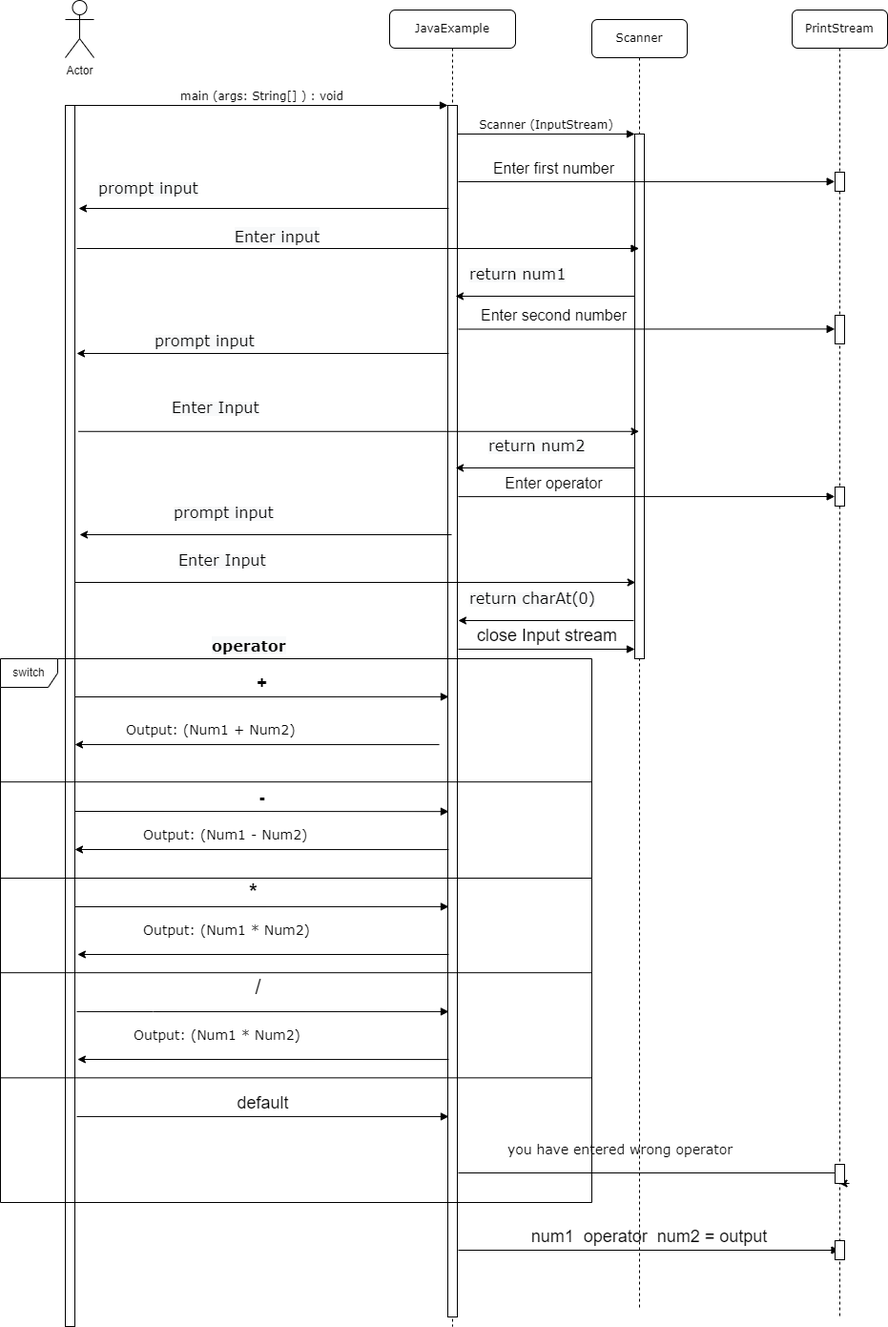
Above: uml-assignment1/sequence-diagram.png in ashish4zemoso/OOPs (draw.io), before the change. Source tidied: cells renumbered, new cells last; positions are measured from the earlier drawing's top-left corner, leaving out a move shared by most shapes.
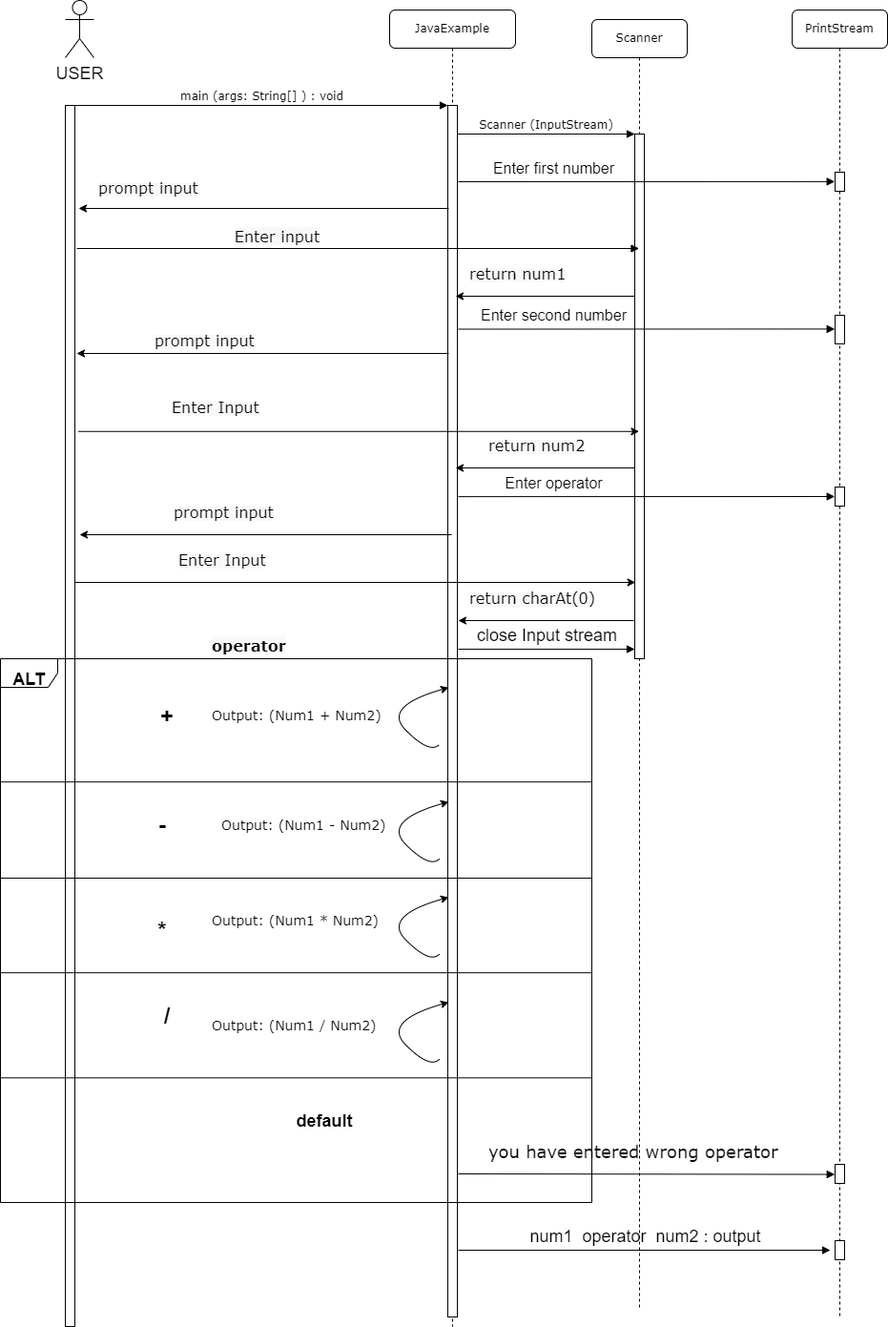
Later version of the same file.

Commit message:
change sequence diagram to correct switch frame

The edit, as a diff of the source:
```diff
@@ -19,9 +19,10 @@
         <mxPoint x="72" y="670" as="sourcePoint" />
       </mxGeometry>
     </mxCell>
-    <mxCell id="6" value="&lt;font style=&quot;font-size: 18px&quot;&gt;num1&amp;nbsp; operator&amp;nbsp; num2 = output&lt;/font&gt;" style="html=1;verticalAlign=bottom;endArrow=block;rounded=0;fontSize=18;" parent="2" edge="1" target="12">
+    <mxCell id="6" value="&lt;font style=&quot;font-size: 18px&quot;&gt;num1&amp;nbsp; operator&amp;nbsp; num2 : output&lt;/font&gt;" style="html=1;verticalAlign=bottom;endArrow=block;rounded=0;fontSize=18;" parent="2" edge="1">
       <mxGeometry relative="1" as="geometry">
         <mxPoint x="72" y="1300" as="sourcePoint" />
+        <mxPoint x="462" y="1300" as="targetPoint" />
       </mxGeometry>
     </mxCell>
     <mxCell id="7" style="endArrow=classic;html=1;rounded=0;entryX=1.152;entryY=0.195;entryDx=0;entryDy=0;entryPerimeter=0;" parent="2" edge="1">
@@ -69,7 +70,7 @@
     <mxCell id="18" value="Scanner (InputStream)" style="html=1;verticalAlign=bottom;endArrow=block;entryX=0;entryY=0;labelBackgroundColor=none;fontFamily=Verdana;fontSize=12;edgeStyle=elbowEdgeStyle;elbow=vertical;" parent="1" edge="1" source="3" target="9">
       <mxGeometry relative="1" as="geometry" />
     </mxCell>
-    <mxCell id="19" value="Actor" style="shape=umlActor;verticalLabelPosition=bottom;verticalAlign=top;html=1;" parent="1" vertex="1">
+    <mxCell id="19" value="&lt;font style=&quot;font-size: 18px&quot;&gt;USER&lt;/font&gt;" style="shape=umlActor;verticalLabelPosition=bottom;verticalAlign=top;html=1;" parent="1" vertex="1">
       <mxGeometry x="68" width="30" height="60" as="geometry" />
     </mxCell>
     <mxCell id="20" style="html=1;points=[];perimeter=orthogonalPerimeter;rounded=0;shadow=0;comic=0;labelBackgroundColor=none;strokeWidth=1;fontFamily=Verdana;fontSize=12;align=center;" parent="1" vertex="1">
@@ -99,7 +100,7 @@
     <mxCell id="27" value="&lt;span style=&quot;color: rgb(0 , 0 , 0) ; font-family: &amp;#34;verdana&amp;#34; ; font-style: normal ; font-weight: 400 ; letter-spacing: normal ; text-align: center ; text-indent: 0px ; text-transform: none ; word-spacing: 0px ; background-color: rgb(248 , 249 , 250) ; display: inline ; float: none&quot;&gt;&lt;font style=&quot;font-size: 16px&quot;&gt;return num2&lt;/font&gt;&lt;/span&gt;" style="text;whiteSpace=wrap;html=1;" parent="1" vertex="1">
       <mxGeometry x="510" y="450" width="130" height="30" as="geometry" />
     </mxCell>
-    <mxCell id="28" value="switch" style="shape=umlFrame;whiteSpace=wrap;html=1;" parent="1" vertex="1">
+    <mxCell id="28" value="&lt;br&gt;&lt;font face=&quot;helvetica&quot;&gt;&lt;span style=&quot;font-size: 18px&quot;&gt;&lt;b&gt;ALT&lt;/b&gt;&lt;/span&gt;&lt;/font&gt;" style="shape=umlFrame;whiteSpace=wrap;html=1;" parent="1" vertex="1">
       <mxGeometry y="690" width="620" height="570" as="geometry" />
     </mxCell>
     <mxCell id="29" style="line;strokeWidth=1;fillColor=none;align=left;verticalAlign=middle;spacingTop=-1;spacingLeft=3;spacingRight=3;labelPosition=right;" parent="1" vertex="1">
@@ -114,71 +115,20 @@
     <mxCell id="32" style="line;strokeWidth=1;fillColor=none;align=left;verticalAlign=middle;spacingTop=-1;spacingLeft=3;spacingRight=3;labelPosition=right;" parent="1" vertex="1">
       <mxGeometry y="1120" width="620" height="18.7" as="geometry" />
     </mxCell>
-    <mxCell id="33" value="&lt;b style=&quot;font-size: 18px&quot;&gt;+&lt;/b&gt;" style="html=1;verticalAlign=bottom;endArrow=block;rounded=0;entryX=0.758;entryY=0.07;entryDx=0;entryDy=0;entryPerimeter=0;" parent="1" edge="1" target="28">
-      <mxGeometry relative="1" as="geometry">
-        <mxPoint x="78" y="730" as="sourcePoint" />
-      </mxGeometry>
-    </mxCell>
-    <mxCell id="34" style="endArrow=classic;html=1;rounded=0;exitX=0.742;exitY=0.158;exitDx=0;exitDy=0;exitPerimeter=0;" parent="1" edge="1" source="28">
-      <mxGeometry relative="1" as="geometry">
-        <mxPoint x="78" y="780" as="targetPoint" />
-      </mxGeometry>
-    </mxCell>
     <mxCell id="35" value="&lt;span style=&quot;font-family: &amp;#34;verdana&amp;#34; ; text-align: center&quot;&gt;&lt;font style=&quot;font-size: 14px&quot;&gt;Output: (Num1 + Num2)&lt;/font&gt;&lt;/span&gt;" style="text;whiteSpace=wrap;html=1;" parent="1" vertex="1">
-      <mxGeometry x="130" y="750" width="280" height="30" as="geometry" />
+      <mxGeometry x="220" y="735" width="280" height="30" as="geometry" />
     </mxCell>
-    <mxCell id="36" value="&lt;span style=&quot;font-size: 18px&quot;&gt;&lt;b&gt;-&lt;/b&gt;&lt;/span&gt;" style="html=1;verticalAlign=bottom;endArrow=block;rounded=0;entryX=0.758;entryY=0.281;entryDx=0;entryDy=0;entryPerimeter=0;" parent="1" edge="1" target="28">
-      <mxGeometry relative="1" as="geometry">
-        <mxPoint x="78" y="850" as="sourcePoint" />
-      </mxGeometry>
-    </mxCell>
-    <mxCell id="37" style="endArrow=classic;html=1;rounded=0;exitX=0.758;exitY=0.351;exitDx=0;exitDy=0;exitPerimeter=0;" parent="1" edge="1" source="28">
-      <mxGeometry relative="1" as="geometry">
-        <mxPoint x="78" y="890" as="targetPoint" />
-      </mxGeometry>
-    </mxCell>
     <mxCell id="38" value="&lt;span style=&quot;font-family: &amp;#34;verdana&amp;#34; ; text-align: center&quot;&gt;&lt;font style=&quot;font-size: 14px&quot;&gt;Output: (Num1 - Num2)&lt;/font&gt;&lt;/span&gt;" style="text;whiteSpace=wrap;html=1;" parent="1" vertex="1">
-      <mxGeometry x="148" y="860" width="280" height="30" as="geometry" />
+      <mxGeometry x="230" y="850" width="280" height="30" as="geometry" />
     </mxCell>
-    <mxCell id="39" value="&lt;b&gt;&lt;font style=&quot;font-size: 22px&quot;&gt;*&lt;/font&gt;&lt;/b&gt;" style="html=1;verticalAlign=bottom;endArrow=block;rounded=0;entryX=0.758;entryY=0.456;entryDx=0;entryDy=0;entryPerimeter=0;" parent="1" edge="1" target="28">
-      <mxGeometry x="-0.05" relative="1" as="geometry">
-        <mxPoint x="78" y="950" as="sourcePoint" />
-      </mxGeometry>
-    </mxCell>
     <mxCell id="40" value="&lt;span style=&quot;font-family: &amp;#34;verdana&amp;#34; ; text-align: center&quot;&gt;&lt;font style=&quot;font-size: 14px&quot;&gt;Output: (Num1 * Num2)&lt;/font&gt;&lt;/span&gt;" style="text;whiteSpace=wrap;html=1;" parent="1" vertex="1">
-      <mxGeometry x="148" y="960" width="280" height="30" as="geometry" />
+      <mxGeometry x="220" y="950" width="280" height="30" as="geometry" />
     </mxCell>
-    <mxCell id="41" style="endArrow=classic;html=1;rounded=0;" parent="1" edge="1">
-      <mxGeometry relative="1" as="geometry">
-        <mxPoint x="470" y="1000" as="sourcePoint" />
-        <mxPoint x="80.9" y="1000" as="targetPoint" />
-      </mxGeometry>
-    </mxCell>
-    <mxCell id="42" value="/" style="html=1;verticalAlign=bottom;endArrow=block;rounded=0;fontSize=22;entryX=0.758;entryY=0.649;entryDx=0;entryDy=0;entryPerimeter=0;exitX=0.129;exitY=0.649;exitDx=0;exitDy=0;exitPerimeter=0;" parent="1" edge="1" source="28" target="28">
-      <mxGeometry x="-0.03" y="10" relative="1" as="geometry">
-        <Array as="points">
-          <mxPoint x="160" y="1060" />
-        </Array>
-      </mxGeometry>
-    </mxCell>
-    <mxCell id="43" style="endArrow=classic;html=1;rounded=0;exitX=0.758;exitY=0.737;exitDx=0;exitDy=0;exitPerimeter=0;" parent="1" edge="1" source="28">
-      <mxGeometry relative="1" as="geometry">
-        <mxPoint x="80.9" y="1110" as="targetPoint" />
-      </mxGeometry>
-    </mxCell>
-    <mxCell id="44" value="&lt;span style=&quot;font-family: &amp;#34;verdana&amp;#34; ; text-align: center&quot;&gt;&lt;font style=&quot;font-size: 14px&quot;&gt;Output: (Num1 * Num2)&lt;/font&gt;&lt;/span&gt;" style="text;whiteSpace=wrap;html=1;" parent="1" vertex="1">
-      <mxGeometry x="138" y="1070" width="280" height="30" as="geometry" />
+    <mxCell id="44" value="&lt;span style=&quot;font-family: &amp;#34;verdana&amp;#34; ; text-align: center&quot;&gt;&lt;font style=&quot;font-size: 14px&quot;&gt;Output: (Num1 / Num2)&lt;/font&gt;&lt;/span&gt;" style="text;whiteSpace=wrap;html=1;" parent="1" vertex="1">
+      <mxGeometry x="220" y="1060" width="280" height="30" as="geometry" />
     </mxCell>
-    <mxCell id="45" value="&lt;font style=&quot;font-size: 18px&quot;&gt;default&lt;/font&gt;" style="html=1;verticalAlign=bottom;endArrow=block;rounded=0;fontSize=22;entryX=0.758;entryY=0.842;entryDx=0;entryDy=0;entryPerimeter=0;exitX=0.129;exitY=0.842;exitDx=0;exitDy=0;exitPerimeter=0;" parent="1" edge="1" source="28" target="28">
-      <mxGeometry relative="1" as="geometry" />
-    </mxCell>
-    <mxCell id="46" style="endArrow=classic;html=1;rounded=0;startArrow=none;" parent="1" edge="1" target="12">
-      <mxGeometry relative="1" as="geometry">
-        <mxPoint x="890" y="1240" as="sourcePoint" />
-      </mxGeometry>
-    </mxCell>
-    <mxCell id="47" value="&lt;span style=&quot;font-family: &amp;#34;verdana&amp;#34; ; text-align: center&quot;&gt;&lt;font style=&quot;font-size: 14px&quot;&gt;you have entered wrong operator&lt;/font&gt;&lt;/span&gt;" style="text;whiteSpace=wrap;html=1;" parent="1" vertex="1">
-      <mxGeometry x="530" y="1190" width="280" height="30" as="geometry" />
+    <mxCell id="47" value="&lt;span style=&quot;font-family: &amp;#34;verdana&amp;#34; ; text-align: center&quot;&gt;&lt;font style=&quot;font-size: 18px&quot;&gt;you have entered wrong operator&lt;/font&gt;&lt;/span&gt;" style="text;whiteSpace=wrap;html=1;" parent="1" vertex="1">
+      <mxGeometry x="510" y="1190" width="340" height="30" as="geometry" />
     </mxCell>
     <mxCell id="48" value="&lt;font style=&quot;font-size: 16px&quot;&gt;Enter first number&lt;/font&gt;" style="html=1;verticalAlign=bottom;endArrow=block;rounded=0;fontSize=18;entryX=-0.03;entryY=0.494;entryDx=0;entryDy=0;entryPerimeter=0;" parent="1" edge="1" target="13">
       <mxGeometry x="-0.49" relative="1" as="geometry">
@@ -229,11 +179,6 @@
     <mxCell id="57" style="html=1;points=[];perimeter=orthogonalPerimeter;rounded=0;shadow=0;comic=0;labelBackgroundColor=none;strokeWidth=1;fontFamily=Verdana;fontSize=12;align=center;" parent="1" vertex="1">
       <mxGeometry x="875" y="1220" width="10" height="20" as="geometry" />
     </mxCell>
-    <mxCell id="58" style="endArrow=none;html=1;rounded=0;" parent="1" edge="1" target="57">
-      <mxGeometry relative="1" as="geometry">
-        <mxPoint x="480" y="1229" as="sourcePoint" />
-      </mxGeometry>
-    </mxCell>
     <mxCell id="59" style="endArrow=none;dashed=1;html=1;rounded=0;fontSize=18;entryX=0.5;entryY=1;entryDx=0;entryDy=0;entryPerimeter=0;" parent="1" edge="1" target="9">
       <mxGeometry relative="1" as="geometry">
         <mxPoint x="670" y="1370" as="sourcePoint" />
@@ -242,5 +187,63 @@
     <mxCell id="60" value="&lt;span style=&quot;color: rgb(0 , 0 , 0) ; font-family: &amp;#34;verdana&amp;#34; ; font-size: 16px ; font-style: normal ; letter-spacing: normal ; text-align: center ; text-indent: 0px ; text-transform: none ; word-spacing: 0px ; background-color: rgb(248 , 249 , 250) ; display: inline ; float: none&quot;&gt;&lt;b&gt;operator&lt;/b&gt;&lt;/span&gt;" style="text;whiteSpace=wrap;html=1;fontSize=16;" parent="1" vertex="1">
       <mxGeometry x="220" y="660" width="160" height="40" as="geometry" />
     </mxCell>
+    <mxCell id="61" style="curved=1;endArrow=classic;html=1;rounded=0;entryX=0.758;entryY=0.053;entryDx=0;entryDy=0;entryPerimeter=0;exitX=0.742;exitY=0.158;exitDx=0;exitDy=0;exitPerimeter=0;" parent="1" edge="1" source="28" target="28">
+      <mxGeometry relative="1" as="geometry">
+        <Array as="points">
+          <mxPoint x="450" y="790" />
+          <mxPoint x="400" y="740" />
+        </Array>
+      </mxGeometry>
+    </mxCell>
+    <mxCell id="62" style="curved=1;endArrow=classic;html=1;rounded=0;entryX=0.758;entryY=0.053;entryDx=0;entryDy=0;entryPerimeter=0;exitX=0.742;exitY=0.158;exitDx=0;exitDy=0;exitPerimeter=0;" parent="1" edge="1">
+      <mxGeometry relative="1" as="geometry">
+        <mxPoint x="460" y="899.8" as="sourcePoint" />
+        <mxPoint x="470" y="840" as="targetPoint" />
+        <Array as="points">
+          <mxPoint x="450" y="909.8" />
+          <mxPoint x="400" y="859.8" />
+        </Array>
+      </mxGeometry>
+    </mxCell>
+    <mxCell id="63" style="curved=1;endArrow=classic;html=1;rounded=0;entryX=0.758;entryY=0.053;entryDx=0;entryDy=0;entryPerimeter=0;exitX=0.742;exitY=0.158;exitDx=0;exitDy=0;exitPerimeter=0;" parent="1" edge="1">
+      <mxGeometry relative="1" as="geometry">
+        <mxPoint x="460" y="999.8" as="sourcePoint" />
+        <mxPoint x="470" y="940" as="targetPoint" />
+        <Array as="points">
+          <mxPoint x="450" y="1009.8" />
+          <mxPoint x="400" y="959.8" />
+        </Array>
+      </mxGeometry>
+    </mxCell>
+    <mxCell id="64" style="curved=1;endArrow=classic;html=1;rounded=0;entryX=0.758;entryY=0.053;entryDx=0;entryDy=0;entryPerimeter=0;exitX=0.742;exitY=0.158;exitDx=0;exitDy=0;exitPerimeter=0;" parent="1" edge="1">
+      <mxGeometry relative="1" as="geometry">
+        <mxPoint x="460" y="1110" as="sourcePoint" />
+        <mxPoint x="470" y="1050.1" as="targetPoint" />
+        <Array as="points">
+          <mxPoint x="450" y="1119.9" />
+          <mxPoint x="400" y="1069.9" />
+        </Array>
+      </mxGeometry>
+    </mxCell>
+    <mxCell id="45" value="&lt;font style=&quot;font-size: 18px&quot;&gt;&lt;b&gt;default&lt;/b&gt;&lt;/font&gt;" style="text;html=1;strokeColor=none;fillColor=none;align=center;verticalAlign=middle;whiteSpace=wrap;rounded=0;" parent="1" vertex="1">
+      <mxGeometry x="310" y="1160" width="60" height="30" as="geometry" />
+    </mxCell>
+    <mxCell id="36" value="&lt;font style=&quot;font-size: 24px&quot;&gt;&lt;b&gt;-&lt;/b&gt;&lt;/font&gt;" style="text;html=1;strokeColor=none;fillColor=none;align=center;verticalAlign=middle;whiteSpace=wrap;rounded=0;" parent="1" vertex="1">
+      <mxGeometry x="140" y="850" width="60" height="30" as="geometry" />
+    </mxCell>
+    <mxCell id="39" value="&lt;font style=&quot;font-size: 24px&quot;&gt;&lt;b&gt;*&lt;/b&gt;&lt;/font&gt;" style="text;html=1;strokeColor=none;fillColor=none;align=center;verticalAlign=middle;whiteSpace=wrap;rounded=0;" parent="1" vertex="1">
+      <mxGeometry x="140" y="960" width="60" height="30" as="geometry" />
+    </mxCell>
+    <mxCell id="42" value="&lt;font style=&quot;font-size: 24px&quot;&gt;&lt;b&gt;/&lt;/b&gt;&lt;/font&gt;" style="text;html=1;strokeColor=none;fillColor=none;align=center;verticalAlign=middle;whiteSpace=wrap;rounded=0;" parent="1" vertex="1">
+      <mxGeometry x="145.2" y="1050" width="60" height="30" as="geometry" />
+    </mxCell>
+    <mxCell id="33" value="&lt;font style=&quot;font-size: 24px&quot;&gt;&lt;b&gt;+&lt;/b&gt;&lt;/font&gt;" style="text;html=1;strokeColor=none;fillColor=none;align=center;verticalAlign=middle;whiteSpace=wrap;rounded=0;" parent="1" vertex="1">
+      <mxGeometry x="145.2" y="735" width="60" height="30" as="geometry" />
+    </mxCell>
+    <mxCell id="65" style="html=1;verticalAlign=bottom;endArrow=block;rounded=0;fontSize=18;entryX=-0.028;entryY=0.528;entryDx=0;entryDy=0;entryPerimeter=0;" parent="1" edge="1" target="57">
+      <mxGeometry relative="1" as="geometry">
+        <mxPoint x="480" y="1230" as="sourcePoint" />
+      </mxGeometry>
+    </mxCell>
   </root>
 </mxGraphModel>
```
